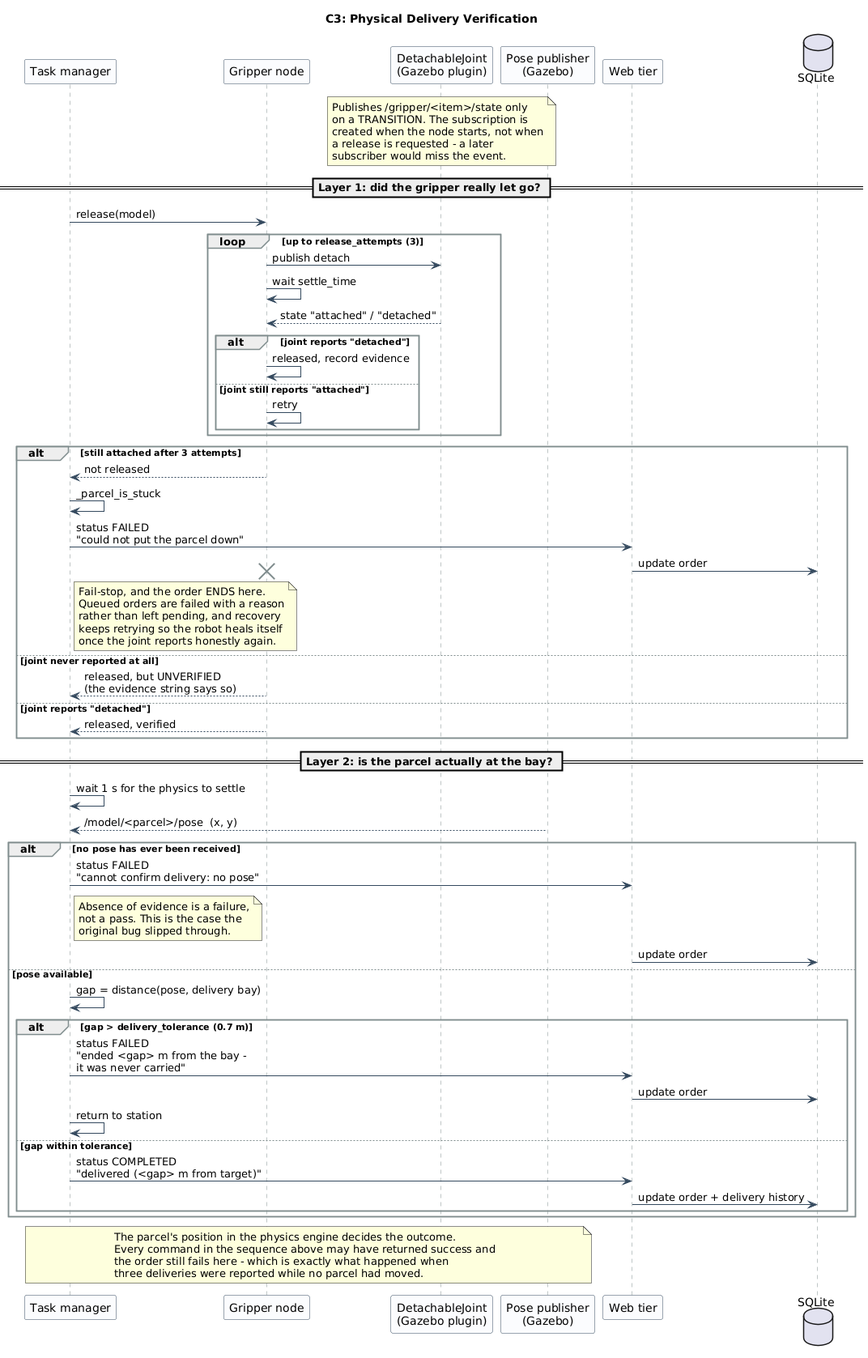
Above: report/Figures/10-sequence-verification.png in ArianShafagh/robofetch (PlantUML), before the change.
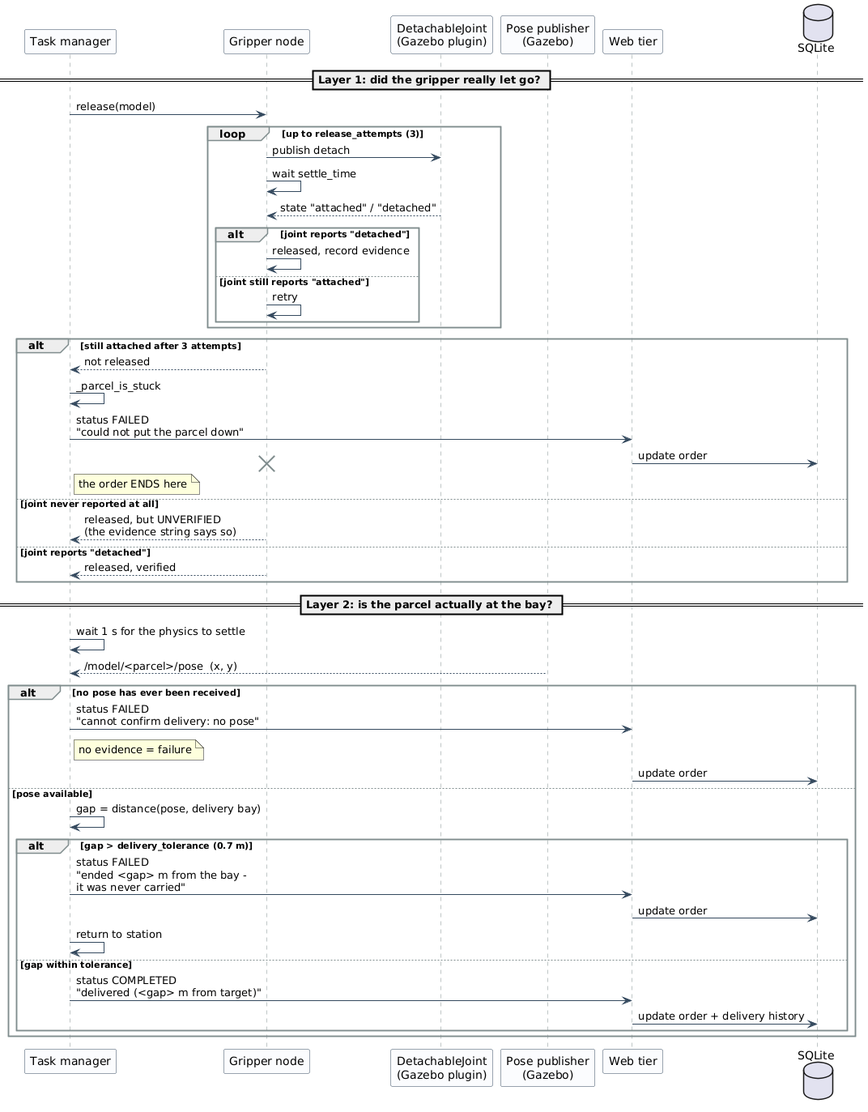
Above is the later version.

Diff of the diagram source:
```diff
@@ -9,7 +9,6 @@
   GroupBorderColor #7F8C8D
 }
 
-title C3: Physical Delivery Verification
 
 participant "Task manager" as TM
 participant "Gripper node" as GR
@@ -17,14 +16,6 @@
 participant "Pose publisher\n(Gazebo)" as POSE
 participant "Web tier" as API
 database "SQLite" as DB
-
-note over JOINT
-  Publishes /gripper/<item>/state only
-  on a TRANSITION. The subscription is
-  created when the node starts, not when
-  a release is requested - a later
-  subscriber would miss the event.
-end note
 
 == Layer 1: did the gripper really let go? ==
 TM -> GR : release(model)
@@ -44,13 +35,7 @@
   TM -> TM : _parcel_is_stuck
   TM -> API : status FAILED\n"could not put the parcel down"
   API -> DB : update order
-  note right of TM
-    Fail-stop, and the order ENDS here.
-    Queued orders are failed with a reason
-    rather than left pending, and recovery
-    keeps retrying so the robot heals itself
-    once the joint reports honestly again.
-  end note
+  note right of TM : the order ENDS here
   destroy GR
 else joint never reported at all
   GR --> TM : released, but UNVERIFIED\n(the evidence string says so)
@@ -64,11 +49,7 @@
 
 alt no pose has ever been received
   TM -> API : status FAILED\n"cannot confirm delivery: no pose"
-  note right of TM
-    Absence of evidence is a failure,
-    not a pass. This is the case the
-    original bug slipped through.
-  end note
+  note right of TM : no evidence = failure
   API -> DB : update order
 else pose available
   TM -> TM : gap = distance(pose, delivery bay)
@@ -82,11 +63,4 @@
   end
 end
 
-note over TM, POSE
-  The parcel's position in the physics engine decides the outcome.
-  Every command in the sequence above may have returned success and
-  the order still fails here - which is exactly what happened when
-  three deliveries were reported while no parcel had moved.
-end note
-
 @enduml
```
